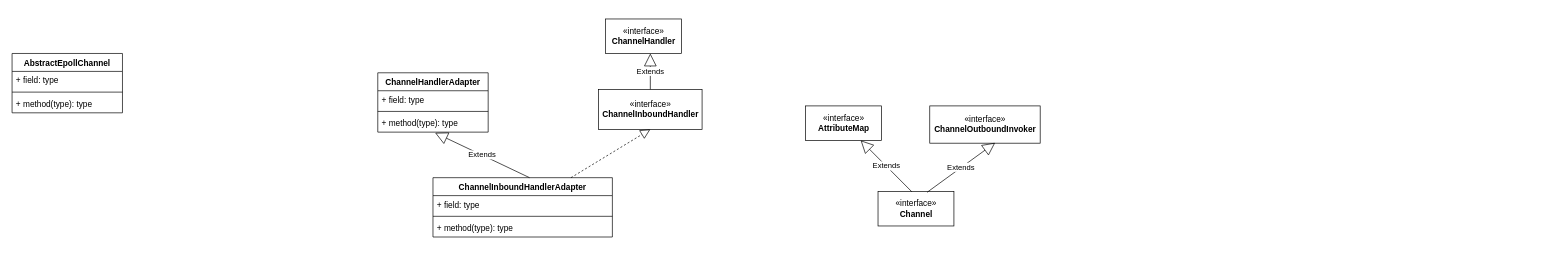
Before: page "Channel" (2 of 6) of Netty.drawio in tadsimons/draw, a draw.io diagram. Source tidied: cells renumbered, new cells numbered last; positions are measured from the earlier drawing's top-left corner, leaving out a move shared by most shapes. Both pictures are drawn from the tidied source at 69%, with x=0, y=0 at pixel (12, 19).
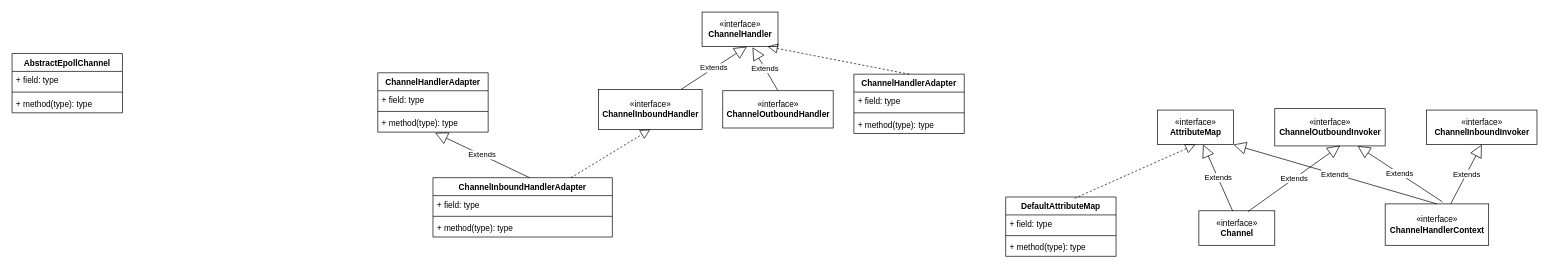
The same page after the edit.

What changed in the source:
```diff
@@
     <mxCell id="11" value="«interface»&lt;br&gt;&lt;b&gt;ChannelHandler&lt;/b&gt;" style="html=1;fillColor=#FFFFFF;" parent="1" vertex="1">
-      <mxGeometry x="860" width="110" height="50" as="geometry" />
+      <mxGeometry x="1000" y="-10" width="110" height="50" as="geometry" />
     </mxCell>
@@
     <mxCell id="19" value="«interface»&lt;br&gt;&lt;b&gt;Channel&lt;/b&gt;" style="html=1;" parent="1" vertex="1">
-      <mxGeometry x="1255" y="250" width="110" height="50" as="geometry" />
+      <mxGeometry x="1720" y="278" width="110" height="50" as="geometry" />
     </mxCell>
     <mxCell id="20" value="«interface»&lt;br&gt;&lt;b&gt;AttributeMap&lt;/b&gt;" style="html=1;" parent="1" vertex="1">
-      <mxGeometry x="1150" y="126" width="110" height="50" as="geometry" />
+      <mxGeometry x="1660" y="132" width="110" height="50" as="geometry" />
     </mxCell>
@@
     <mxCell id="22" value="«interface»&lt;br&gt;&lt;b&gt;ChannelOutboundInvoker&lt;/b&gt;" style="html=1;" parent="1" vertex="1">
-      <mxGeometry x="1330" y="126" width="160" height="54" as="geometry" />
+      <mxGeometry x="1830" y="130" width="160" height="54" as="geometry" />
     </mxCell>
@@
+    <mxCell id="24" value="«interface»&lt;br&gt;&lt;b&gt;ChannelOutboundHandler&lt;/b&gt;" style="html=1;fillColor=#FFFFFF;" parent="1" vertex="1">
+      <mxGeometry x="1030" y="104" width="160" height="54" as="geometry" />
+    </mxCell>
+    <mxCell id="25" value="Extends" style="endArrow=block;endSize=16;endFill=0;html=1;entryX=0.664;entryY=1.02;entryDx=0;entryDy=0;entryPerimeter=0;exitX=0.5;exitY=0;exitDx=0;exitDy=0;" parent="1" edge="1" source="24" target="11">
+      <mxGeometry relative="1" as="geometry" />
+    </mxCell>
+    <mxCell id="26" value="«interface»&lt;br&gt;&lt;b&gt;ChannelHandlerContext&lt;/b&gt;" style="html=1;fillColor=#FFFFFF;" parent="1" vertex="1">
+      <mxGeometry x="1990" y="268" width="150" height="60" as="geometry" />
+    </mxCell>
+    <mxCell id="27" value="«interface»&lt;br&gt;&lt;b&gt;ChannelInboundInvoker&lt;/b&gt;" style="html=1;fillColor=#FFFFFF;" parent="1" vertex="1">
+      <mxGeometry x="2050" y="132" width="160" height="50" as="geometry" />
+    </mxCell>
+    <mxCell id="28" value="Extends" style="endArrow=block;endSize=16;endFill=0;html=1;entryX=0.5;entryY=1;entryDx=0;entryDy=0;exitX=0.633;exitY=0;exitDx=0;exitDy=0;exitPerimeter=0;" parent="1" edge="1" source="26" target="27">
+      <mxGeometry relative="1" as="geometry" />
+    </mxCell>
+    <mxCell id="29" value="Extends" style="endArrow=block;endSize=16;endFill=0;html=1;entryX=0.75;entryY=1;entryDx=0;entryDy=0;exitX=0.553;exitY=-0.05;exitDx=0;exitDy=0;exitPerimeter=0;" parent="1" edge="1" source="26" target="22">
+      <mxGeometry relative="1" as="geometry" />
+    </mxCell>
+    <mxCell id="30" value="Extends" style="endArrow=block;endSize=16;endFill=0;html=1;entryX=1;entryY=1;entryDx=0;entryDy=0;exitX=0.5;exitY=0;exitDx=0;exitDy=0;" parent="1" edge="1" source="26" target="20">
+      <mxGeometry relative="1" as="geometry" />
+    </mxCell>
+    <mxCell id="31" value="DefaultAttributeMap" style="swimlane;fontStyle=1;align=center;verticalAlign=top;horizontal=1;startSize=26;fillColor=#FFFFFF;" parent="1" vertex="1">
+      <mxGeometry x="1440" y="258" width="160" height="86" as="geometry" />
+    </mxCell>
+    <mxCell id="32" value="+ field: type" style="text;strokeColor=none;fillColor=none;align=left;verticalAlign=top;spacingLeft=4;spacingRight=4;overflow=hidden;" parent="31" vertex="1">
+      <mxGeometry y="26" width="160" height="26" as="geometry" />
+    </mxCell>
+    <mxCell id="33" style="line;strokeWidth=1;fillColor=none;align=left;verticalAlign=middle;spacingTop=-1;spacingLeft=3;spacingRight=3;labelPosition=right;" parent="31" vertex="1">
+      <mxGeometry y="52" width="160" height="8" as="geometry" />
+    </mxCell>
+    <mxCell id="34" value="+ method(type): type" style="text;strokeColor=none;fillColor=none;align=left;verticalAlign=top;spacingLeft=4;spacingRight=4;overflow=hidden;" parent="31" vertex="1">
+      <mxGeometry y="60" width="160" height="26" as="geometry" />
+    </mxCell>
+    <mxCell id="35" style="endArrow=block;dashed=1;endFill=0;endSize=12;html=1;entryX=0.5;entryY=1;entryDx=0;entryDy=0;exitX=0.625;exitY=0.023;exitDx=0;exitDy=0;exitPerimeter=0;" parent="1" edge="1" source="31" target="20">
+      <mxGeometry relative="1" as="geometry" />
+    </mxCell>
+    <mxCell id="36" value="ChannelHandlerAdapter" style="swimlane;fontStyle=1;align=center;verticalAlign=top;horizontal=1;startSize=26;fillColor=#FFFFFF;" parent="1" vertex="1">
+      <mxGeometry x="1220" y="80" width="160" height="86" as="geometry" />
+    </mxCell>
+    <mxCell id="37" value="+ field: type" style="text;strokeColor=none;fillColor=none;align=left;verticalAlign=top;spacingLeft=4;spacingRight=4;overflow=hidden;" parent="36" vertex="1">
+      <mxGeometry y="26" width="160" height="26" as="geometry" />
+    </mxCell>
+    <mxCell id="38" style="line;strokeWidth=1;fillColor=none;align=left;verticalAlign=middle;spacingTop=-1;spacingLeft=3;spacingRight=3;labelPosition=right;" parent="36" vertex="1">
+      <mxGeometry y="52" width="160" height="8" as="geometry" />
+    </mxCell>
+    <mxCell id="39" value="+ method(type): type" style="text;strokeColor=none;fillColor=none;align=left;verticalAlign=top;spacingLeft=4;spacingRight=4;overflow=hidden;" parent="36" vertex="1">
+      <mxGeometry y="60" width="160" height="26" as="geometry" />
+    </mxCell>
+    <mxCell id="40" style="endArrow=block;dashed=1;endFill=0;endSize=12;html=1;entryX=0.864;entryY=1;entryDx=0;entryDy=0;entryPerimeter=0;exitX=0.5;exitY=0;exitDx=0;exitDy=0;" parent="1" edge="1" source="36" target="11">
+      <mxGeometry relative="1" as="geometry" />
+    </mxCell>
```
